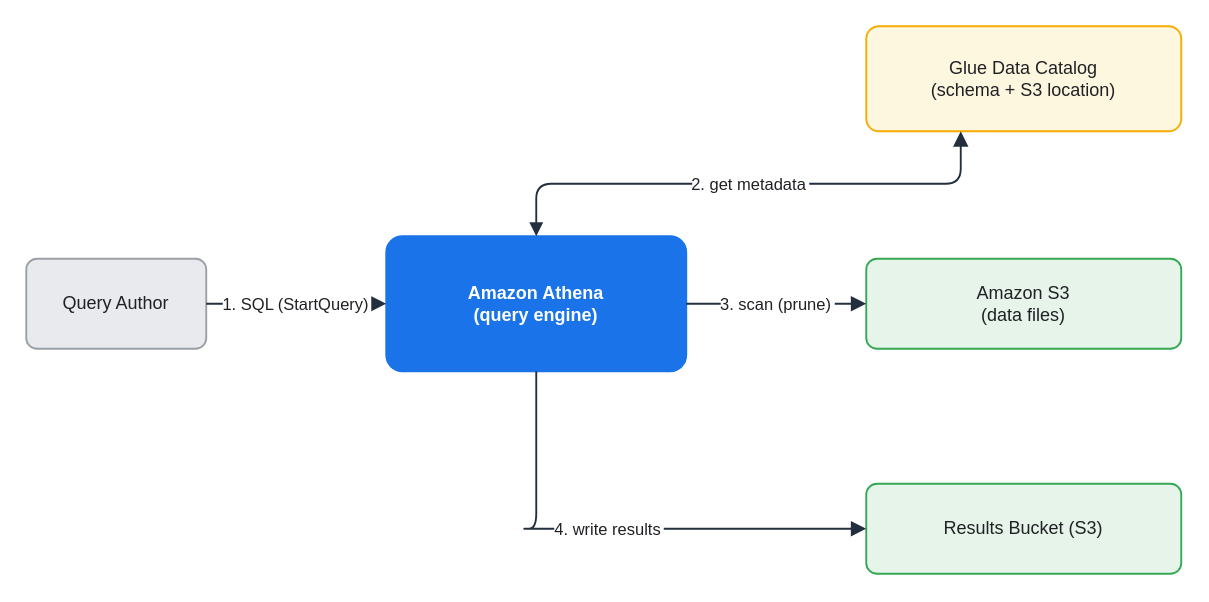
Before: assets/img/aws/analytics-stack-05-query-flow.drawio in KKamJi98/kkamji98.github.io, a draw.io diagram. Source tidied: cells renumbered, new cells numbered last; positions are measured from the earlier drawing's top-left corner, leaving out a move shared by most shapes. Both pictures are drawn from the tidied source at 150%, with x=0, y=0 at pixel (26, 26).
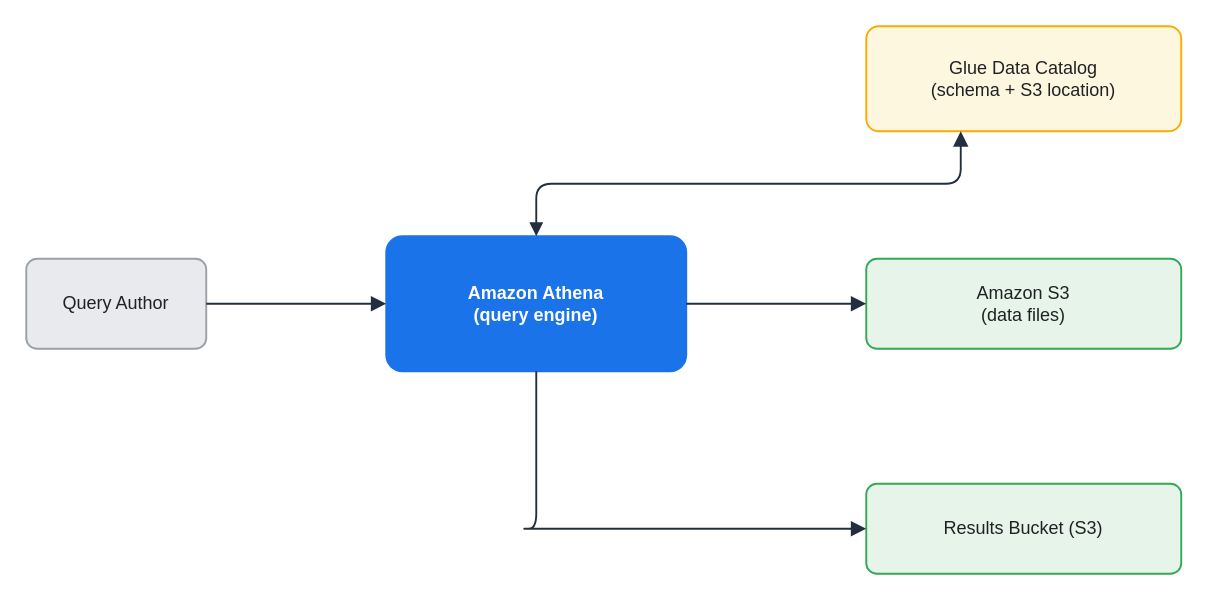
The same diagram, later.

The edit, as a diff of the source:
```diff
@@
 <mxGraphModel background="#FFFFFF">
   <root>
     <mxCell id="0" />
     <mxCell id="1" parent="0" />
     <mxCell id="2" value="Query Author" style="rounded=1;whiteSpace=wrap;html=0;arcSize=12;shadow=0;fillColor=#E8EAED;strokeColor=#9AA0A6;fontColor=#202124;strokeWidth=1.25;" parent="1" vertex="1">
       <mxGeometry y="155" width="120" height="60" as="geometry" />
     </mxCell>
     <mxCell id="3" value="Amazon Athena&#10;(query engine)" style="rounded=1;whiteSpace=wrap;html=0;arcSize=12;shadow=0;fillColor=#1A73E8;strokeColor=#1A73E8;fontColor=#FFFFFF;fontStyle=1;strokeWidth=1.25;" parent="1" vertex="1">
       <mxGeometry x="240" y="140" width="200" height="90" as="geometry" />
     </mxCell>
     <mxCell id="4" value="Glue Data Catalog&#10;(schema + S3 location)" style="rounded=1;whiteSpace=wrap;html=0;arcSize=12;shadow=0;fillColor=#FEF7E0;strokeColor=#F9AB00;fontColor=#202124;strokeWidth=1.25;" parent="1" vertex="1">
       <mxGeometry x="560" width="210" height="70" as="geometry" />
     </mxCell>
     <mxCell id="5" value="Amazon S3&#10;(data files)" style="rounded=1;whiteSpace=wrap;html=0;arcSize=12;shadow=0;fillColor=#E6F4EA;strokeColor=#34A853;fontColor=#202124;strokeWidth=1.25;" parent="1" vertex="1">
       <mxGeometry x="560" y="155" width="210" height="60" as="geometry" />
     </mxCell>
     <mxCell id="6" value="Results Bucket (S3)" style="rounded=1;whiteSpace=wrap;html=0;arcSize=12;shadow=0;fillColor=#E6F4EA;strokeColor=#34A853;fontColor=#202124;strokeWidth=1.25;" parent="1" vertex="1">
       <mxGeometry x="560" y="305" width="210" height="60" as="geometry" />
     </mxCell>
-    <mxCell id="7" value="1. SQL (StartQuery)" style="edgeStyle=orthogonalEdgeStyle;rounded=1;html=0;fontColor=#202124;strokeColor=#232F3E;labelBackgroundColor=#FFFFFF;endArrow=block;exitX=1;exitY=0.5;exitDx=0;exitDy=0;entryX=0;entryY=0.5;entryDx=0;entryDy=0;strokeWidth=1.25;endSize=7;" parent="1" edge="1" source="2" target="3">
+    <mxCell id="7" style="edgeStyle=orthogonalEdgeStyle;rounded=1;html=0;fontColor=#202124;strokeColor=#232F3E;labelBackgroundColor=none;endArrow=block;exitX=1;exitY=0.5;exitDx=0;exitDy=0;entryX=0;entryY=0.5;entryDx=0;entryDy=0;strokeWidth=1.25;endSize=7;" parent="1" edge="1" source="2" target="3">
       <mxGeometry relative="1" as="geometry" />
     </mxCell>
-    <mxCell id="8" value="2. get metadata" style="edgeStyle=orthogonalEdgeStyle;rounded=1;html=0;fontColor=#202124;strokeColor=#232F3E;labelBackgroundColor=#FFFFFF;startArrow=block;endArrow=block;exitX=0.5;exitY=0;exitDx=0;exitDy=0;entryX=0.3;entryY=1;entryDx=0;entryDy=0;strokeWidth=1.25;endSize=7;" parent="1" edge="1" source="3" target="4">
+    <mxCell id="8" style="edgeStyle=orthogonalEdgeStyle;rounded=1;html=0;fontColor=#202124;strokeColor=#232F3E;labelBackgroundColor=none;startArrow=block;endArrow=block;exitX=0.5;exitY=0;exitDx=0;exitDy=0;entryX=0.3;entryY=1;entryDx=0;entryDy=0;strokeWidth=1.25;endSize=7;" parent="1" edge="1" source="3" target="4">
       <mxGeometry relative="1" as="geometry" />
     </mxCell>
-    <mxCell id="9" value="3. scan (prune)" style="edgeStyle=orthogonalEdgeStyle;rounded=1;html=0;fontColor=#202124;strokeColor=#232F3E;labelBackgroundColor=#FFFFFF;endArrow=block;exitX=1;exitY=0.5;exitDx=0;exitDy=0;entryX=0;entryY=0.5;entryDx=0;entryDy=0;strokeWidth=1.25;endSize=7;" parent="1" edge="1" source="3" target="5">
+    <mxCell id="9" style="edgeStyle=orthogonalEdgeStyle;rounded=1;html=0;fontColor=#202124;strokeColor=#232F3E;labelBackgroundColor=none;endArrow=block;exitX=1;exitY=0.5;exitDx=0;exitDy=0;entryX=0;entryY=0.5;entryDx=0;entryDy=0;strokeWidth=1.25;endSize=7;" parent="1" edge="1" source="3" target="5">
       <mxGeometry relative="1" as="geometry" />
     </mxCell>
-    <mxCell id="10" value="4. write results" style="edgeStyle=orthogonalEdgeStyle;rounded=1;html=0;fontColor=#202124;strokeColor=#232F3E;labelBackgroundColor=#FFFFFF;endArrow=block;exitX=0.5;exitY=1;exitDx=0;exitDy=0;entryX=0;entryY=0.5;entryDx=0;entryDy=0;strokeWidth=1.25;endSize=7;" parent="1" edge="1" source="3" target="6">
+    <mxCell id="10" style="edgeStyle=orthogonalEdgeStyle;rounded=1;html=0;fontColor=#202124;strokeColor=#232F3E;labelBackgroundColor=none;endArrow=block;exitX=0.5;exitY=1;exitDx=0;exitDy=0;entryX=0;entryY=0.5;entryDx=0;entryDy=0;strokeWidth=1.25;endSize=7;" parent="1" edge="1" source="3" target="6">
       <mxGeometry relative="1" as="geometry">
         <Array as="points">
           <mxPoint x="340" y="335" />
           <mxPoint x="330" y="335" />
         </Array>
       </mxGeometry>
     </mxCell>
   </root>
 </mxGraphModel>
```
